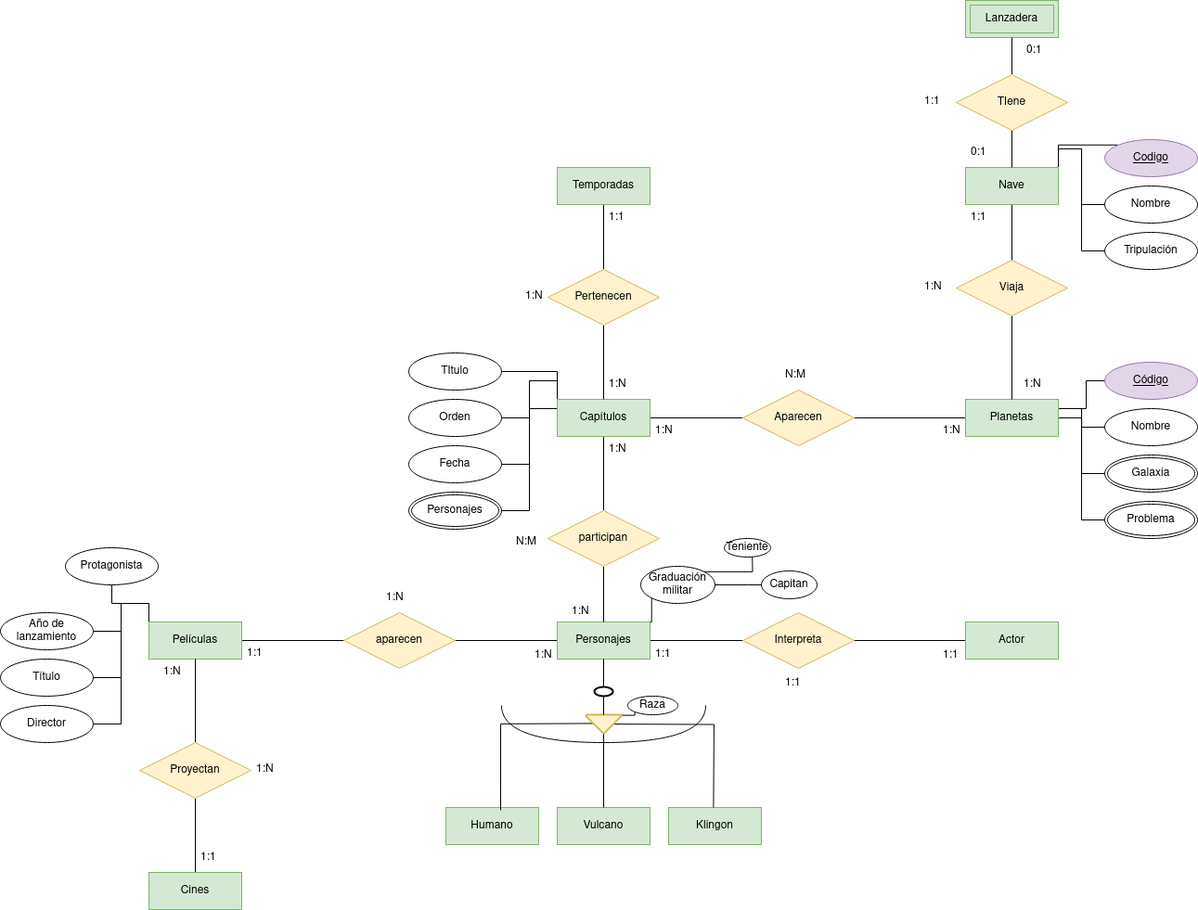
Before: Unidad-1/Tareas/Tarea-evaluable3/Diagrama sin título.drawio.png, a diagram exported from draw.io (jdrguez/2-Daw). Source tidied: cells renumbered, new cells last; positions are measured from the earlier drawing's top-left corner, leaving out a move shared by most shapes.
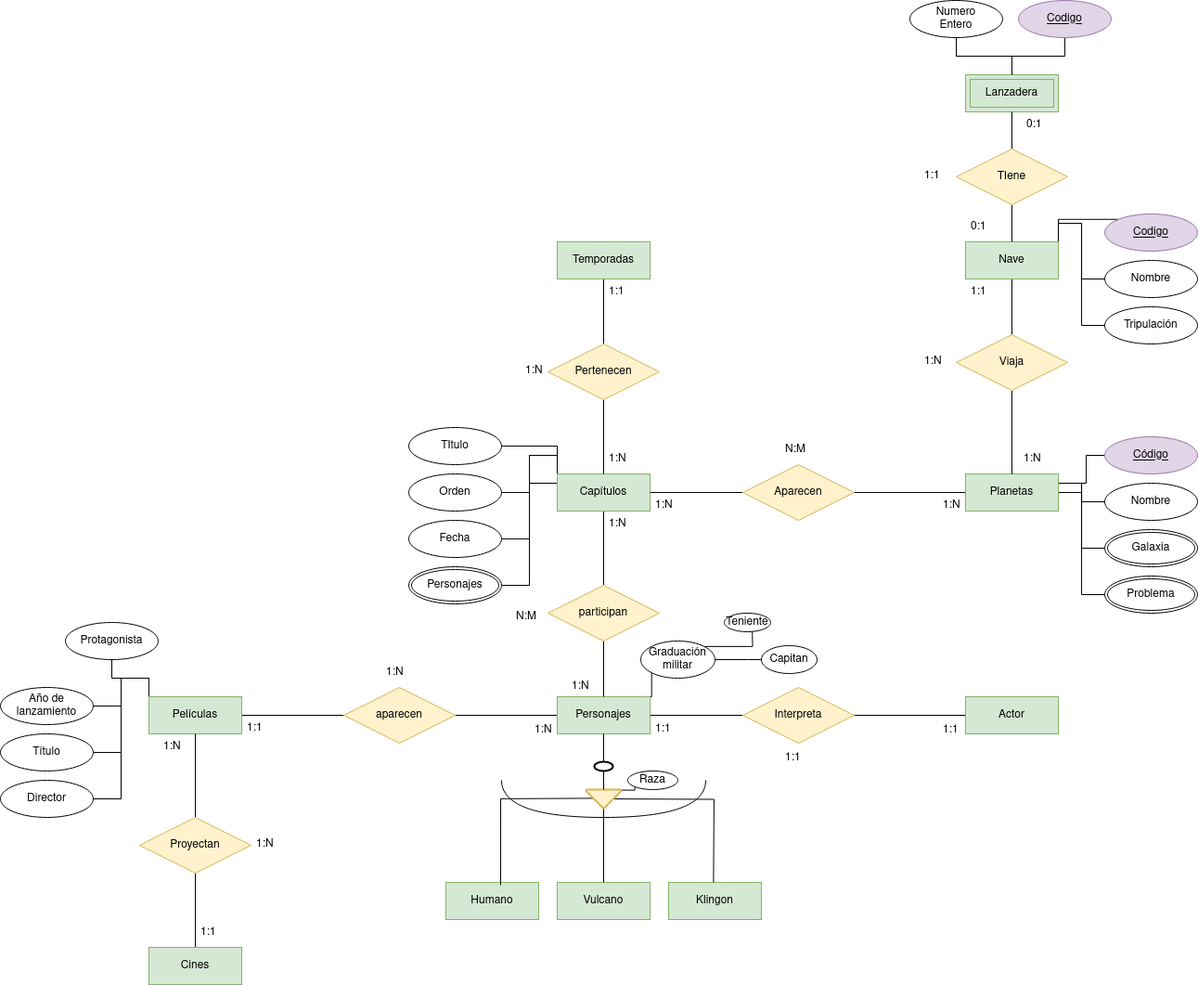
The same file after the commit.

What changed in the source:
```diff
@@ -334,5 +334,17 @@
     <mxCell id="107" value="1:N" style="text;strokeColor=none;fillColor=none;spacingLeft=4;spacingRight=4;overflow=hidden;fontSize=12;whiteSpace=wrap;html=1;" parent="1" vertex="1">
       <mxGeometry x="560" y="305" width="40" height="30" as="geometry" />
     </mxCell>
+    <mxCell id="108" style="edgeStyle=orthogonalEdgeStyle;rounded=0;jettySize=auto;html=1;exitX=0.5;exitY=1;exitDx=0;exitDy=0;entryX=0.5;entryY=0;entryDx=0;entryDy=0;endArrow=none;endFill=0;" parent="1" edge="1" source="109" target="66">
+      <mxGeometry relative="1" as="geometry" />
+    </mxCell>
+    <mxCell id="109" value="Codigo" style="ellipse;whiteSpace=wrap;html=1;align=center;fontStyle=4;fillColor=#e1d5e7;strokeColor=#9673a6;" parent="1" vertex="1">
+      <mxGeometry x="1097" y="-80" width="100" height="40" as="geometry" />
+    </mxCell>
+    <mxCell id="110" style="edgeStyle=orthogonalEdgeStyle;rounded=0;jettySize=auto;html=1;exitX=0.5;exitY=1;exitDx=0;exitDy=0;entryX=0.5;entryY=0;entryDx=0;entryDy=0;endArrow=none;endFill=0;" parent="1" edge="1" source="111" target="66">
+      <mxGeometry relative="1" as="geometry" />
+    </mxCell>
+    <mxCell id="111" value="&lt;div&gt;Numero&lt;/div&gt;&lt;div&gt;Entero&lt;br&gt;&lt;/div&gt;" style="ellipse;whiteSpace=wrap;html=1;align=center;" parent="1" vertex="1">
+      <mxGeometry x="980" y="-80" width="100" height="40" as="geometry" />
+    </mxCell>
   </root>
 </mxGraphModel>
```
